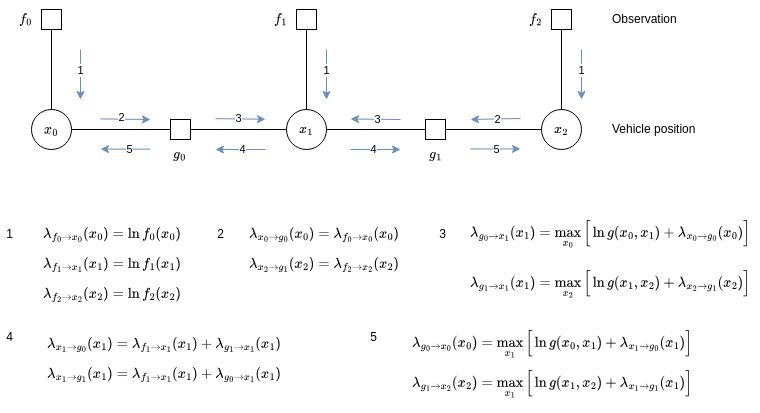
Above: C/markov-random-fields/images/vehicle_localisation_max_product.png in cdclaxton/learning (draw.io), before the change. Source tidied: cells renumbered, new cells last; positions are measured from the earlier drawing's top-left corner, leaving out a move shared by most shapes.
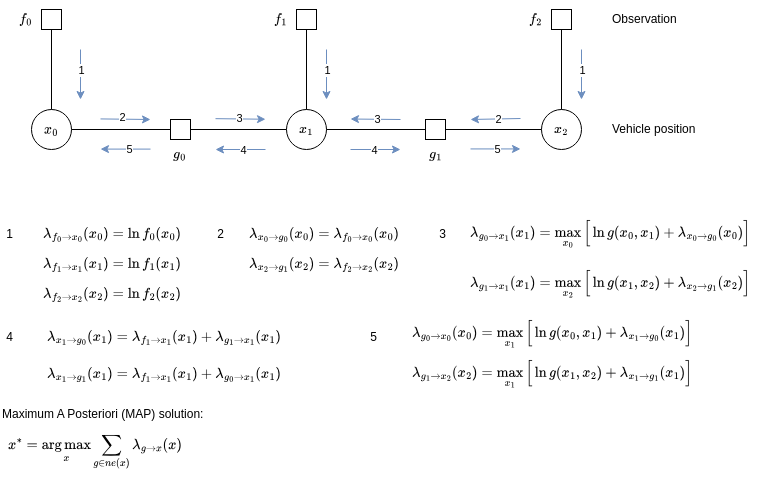
Above is the later version.

Commit message:
Add MAP solution equation

The edit, as a diff of the source:
```diff
@@ -201,7 +201,7 @@
       <mxGeometry y="317.5" width="19" height="30" as="geometry" />
     </mxCell>
     <mxCell id="55" value="$$\lambda_{x_1 \rightarrow g_0}(x_1) = \lambda_{f_1 \rightarrow x_1}(x_1) +\lambda_{g_1 \rightarrow x_1}(x_1)&lt;br&gt;$$" style="text;html=1;strokeColor=none;fillColor=none;align=center;verticalAlign=middle;whiteSpace=wrap;rounded=0;" parent="1" vertex="1">
-      <mxGeometry x="41" y="325" width="246" height="30" as="geometry" />
+      <mxGeometry x="41" y="317.5" width="246" height="30" as="geometry" />
     </mxCell>
     <mxCell id="56" value="$$\lambda_{x_1 \rightarrow g_1}(x_1) = \lambda_{f_1 \rightarrow x_1}(x_1) +\lambda_{g_0 \rightarrow x_1}(x_1)&lt;br&gt;$$" style="text;html=1;strokeColor=none;fillColor=none;align=center;verticalAlign=middle;whiteSpace=wrap;rounded=0;" parent="1" vertex="1">
       <mxGeometry x="41" y="355" width="246" height="30" as="geometry" />
@@ -210,10 +210,10 @@
       <mxGeometry x="364" y="315" width="19" height="35" as="geometry" />
     </mxCell>
     <mxCell id="58" value="$$\lambda_{g_0 \rightarrow x_0}(x_0) = \underset{x_1}{ \max} \Big[ \ln g(x_0, x_1) + \lambda_{x_1 \rightarrow g_0}(x_1)&amp;nbsp;\Big]&lt;br&gt;$$" style="text;html=1;strokeColor=none;fillColor=none;align=center;verticalAlign=middle;whiteSpace=wrap;rounded=0;" parent="1" vertex="1">
-      <mxGeometry x="402" y="325" width="300" height="30" as="geometry" />
+      <mxGeometry x="402" y="315" width="300" height="30" as="geometry" />
     </mxCell>
     <mxCell id="59" value="$$\lambda_{g_1 \rightarrow x_2}(x_2) = \underset{x_1}{ \max} \Big[ \ln g(x_1, x_2) + \lambda_{x_1 \rightarrow g_1}(x_1) \Big]&lt;br&gt;$$" style="text;html=1;strokeColor=none;fillColor=none;align=center;verticalAlign=middle;whiteSpace=wrap;rounded=0;" parent="1" vertex="1">
-      <mxGeometry x="402" y="365" width="300" height="30" as="geometry" />
+      <mxGeometry x="402" y="355" width="300" height="30" as="geometry" />
     </mxCell>
     <mxCell id="60" value="Observation" style="text;html=1;strokeColor=none;fillColor=none;align=left;verticalAlign=middle;whiteSpace=wrap;rounded=0;" parent="1" vertex="1">
       <mxGeometry x="610" width="80" height="30" as="geometry" />
@@ -221,5 +221,11 @@
     <mxCell id="61" value="Vehicle position" style="text;html=1;strokeColor=none;fillColor=none;align=left;verticalAlign=middle;whiteSpace=wrap;rounded=0;" parent="1" vertex="1">
       <mxGeometry x="610" y="110" width="90" height="30" as="geometry" />
     </mxCell>
+    <mxCell id="62" value="$$x^* = \underset{x}{ \arg \max} \sum_{g \in ne(x)} \lambda_{g \rightarrow x}(x)&lt;br&gt;$$" style="text;html=1;strokeColor=none;fillColor=none;align=center;verticalAlign=middle;whiteSpace=wrap;rounded=0;" parent="1" vertex="1">
+      <mxGeometry y="425" width="190" height="45" as="geometry" />
+    </mxCell>
+    <mxCell id="63" value="Maximum A Posteriori (MAP) solution:" style="text;html=1;strokeColor=none;fillColor=none;align=left;verticalAlign=middle;whiteSpace=wrap;rounded=0;" parent="1" vertex="1">
+      <mxGeometry y="395" width="206" height="30" as="geometry" />
+    </mxCell>
   </root>
 </mxGraphModel>
```
